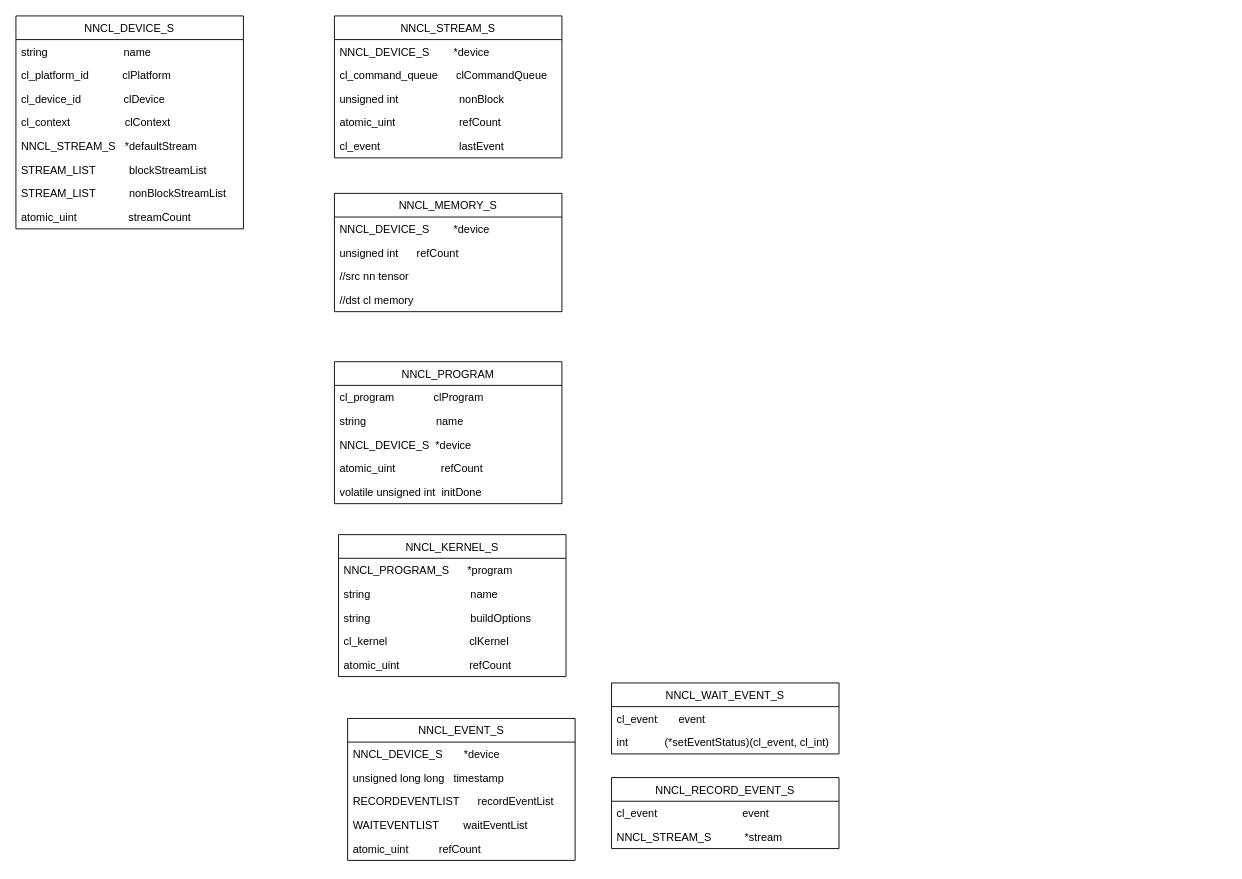
This is streamevent.drawio from sudocloud/draw.io, a draw.io file, before an edit. Source tidied: cells renumbered, new cells numbered last; positions are measured from the earlier drawing's top-left corner, leaving out a move shared by most shapes. Both pictures are drawn from the tidied source at 91%, with x=0, y=0 at pixel (15, 15).
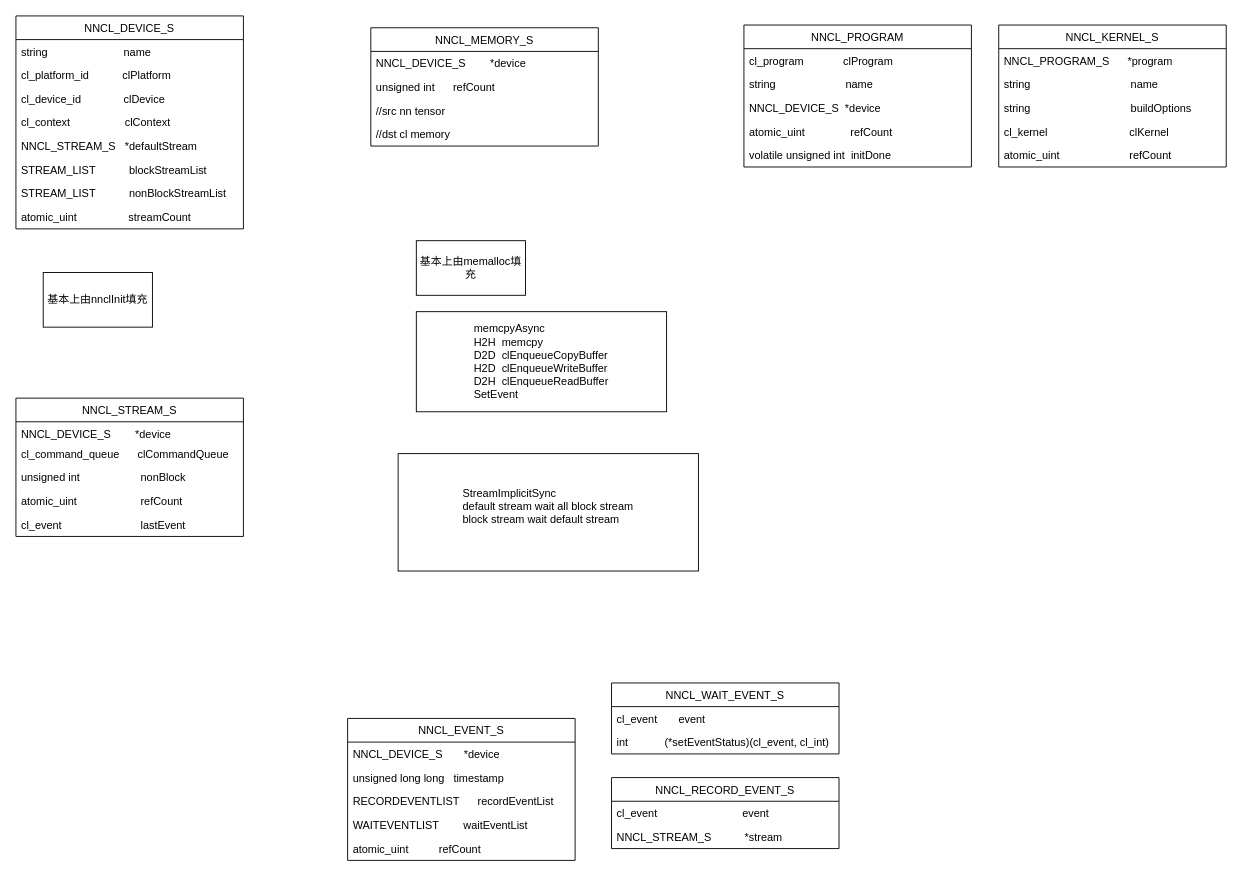
After the change.

Change to the diagram source:
```diff
@@
     <mxCell id="11" value="NNCL_STREAM_S" style="swimlane;fontStyle=0;horizontal=1;startSize=26;fillColor=none;" parent="1" vertex="1">
-      <mxGeometry x="350" width="250" height="156" as="geometry" />
+      <mxGeometry y="420" width="250" height="152" as="geometry" />
     </mxCell>
     <mxCell id="12" value="NNCL_DEVICE_S        *device" style="text;strokeColor=none;fillColor=none;align=left;verticalAlign=top;spacingLeft=4;spacingRight=4;overflow=hidden;" parent="11" vertex="1">
-      <mxGeometry y="26" width="250" height="26" as="geometry" />
+      <mxGeometry y="26" width="250" height="22" as="geometry" />
     </mxCell>
     <mxCell id="13" value="cl_command_queue      clCommandQueue" style="text;strokeColor=none;fillColor=none;align=left;verticalAlign=top;spacingLeft=4;spacingRight=4;overflow=hidden;" parent="11" vertex="1">
-      <mxGeometry y="52" width="250" height="26" as="geometry" />
+      <mxGeometry y="48" width="250" height="26" as="geometry" />
     </mxCell>
     <mxCell id="14" value="unsigned int                    nonBlock" style="text;strokeColor=none;fillColor=none;align=left;verticalAlign=top;spacingLeft=4;spacingRight=4;overflow=hidden;" parent="11" vertex="1">
-      <mxGeometry y="78" width="250" height="26" as="geometry" />
+      <mxGeometry y="74" width="250" height="26" as="geometry" />
     </mxCell>
     <mxCell id="15" value="atomic_uint                     refCount" style="text;strokeColor=none;fillColor=none;align=left;verticalAlign=top;spacingLeft=4;spacingRight=4;overflow=hidden;" parent="11" vertex="1">
-      <mxGeometry y="104" width="250" height="26" as="geometry" />
+      <mxGeometry y="100" width="250" height="26" as="geometry" />
     </mxCell>
     <mxCell id="16" value="cl_event                          lastEvent" style="text;strokeColor=none;fillColor=none;align=left;verticalAlign=top;spacingLeft=4;spacingRight=4;overflow=hidden;" parent="11" vertex="1">
-      <mxGeometry y="130" width="250" height="26" as="geometry" />
+      <mxGeometry y="126" width="250" height="26" as="geometry" />
     </mxCell>
     <mxCell id="17" value="NNCL_MEMORY_S" style="swimlane;fontStyle=0;horizontal=1;startSize=26;fillColor=none;" parent="1" vertex="1">
-      <mxGeometry x="350" y="195" width="250" height="130" as="geometry" />
+      <mxGeometry x="390" y="13" width="250" height="130" as="geometry" />
     </mxCell>
@@
     <mxCell id="22" value="NNCL_PROGRAM" style="swimlane;fontStyle=0;horizontal=1;startSize=26;fillColor=none;" parent="1" vertex="1">
-      <mxGeometry x="350" y="380" width="250" height="156" as="geometry" />
+      <mxGeometry x="800" y="10" width="250" height="156" as="geometry" />
     </mxCell>
@@
     <mxCell id="28" value="NNCL_KERNEL_S" style="swimlane;fontStyle=0;horizontal=1;startSize=26;fillColor=none;" parent="1" vertex="1">
-      <mxGeometry x="354.5" y="570" width="250" height="156" as="geometry" />
+      <mxGeometry x="1080" y="10" width="250" height="156" as="geometry" />
     </mxCell>
@@
+    <mxCell id="46" value="基本上由nnclInit填充" style="rounded=0;whiteSpace=wrap;html=1;" parent="1" vertex="1">
+      <mxGeometry x="30" y="282" width="120" height="60" as="geometry" />
+    </mxCell>
+    <mxCell id="47" value="基本上由memalloc填充" style="rounded=0;whiteSpace=wrap;html=1;" parent="1" vertex="1">
+      <mxGeometry x="440" y="247" width="120" height="60" as="geometry" />
+    </mxCell>
+    <mxCell id="48" value="&lt;div style=&quot;text-align: left&quot;&gt;&lt;span&gt;memcpyAsync&lt;/span&gt;&lt;/div&gt;&lt;div style=&quot;text-align: left&quot;&gt;&lt;span&gt;H2H&amp;nbsp; memcpy&lt;/span&gt;&lt;/div&gt;&lt;div style=&quot;text-align: left&quot;&gt;&lt;span&gt;D2D&amp;nbsp; clEnqueueCopyBuffer&lt;/span&gt;&lt;/div&gt;&lt;div style=&quot;text-align: left&quot;&gt;&lt;span&gt;H2D&amp;nbsp; clEnqueueWriteBuffer&lt;/span&gt;&lt;/div&gt;&lt;div style=&quot;text-align: left&quot;&gt;&lt;span&gt;D2H&amp;nbsp; clEnqueueReadBuffer&lt;/span&gt;&lt;/div&gt;&lt;div style=&quot;text-align: left&quot;&gt;&lt;span&gt;SetEvent&lt;/span&gt;&lt;/div&gt;" style="rounded=0;whiteSpace=wrap;html=1;" parent="1" vertex="1">
+      <mxGeometry x="440" y="325" width="275" height="110" as="geometry" />
+    </mxCell>
+    <mxCell id="49" value="&lt;div style=&quot;text-align: left&quot;&gt;&lt;span&gt;StreamImplicitSync&lt;/span&gt;&lt;/div&gt;&lt;div style=&quot;text-align: left&quot;&gt;&lt;span&gt;default stream wait all block stream&lt;/span&gt;&lt;/div&gt;&lt;div style=&quot;text-align: left&quot;&gt;&lt;span&gt;block stream wait default stream&lt;/span&gt;&lt;/div&gt;&lt;div style=&quot;text-align: left&quot;&gt;&lt;br&gt;&lt;/div&gt;" style="rounded=0;whiteSpace=wrap;html=1;" parent="1" vertex="1">
+      <mxGeometry x="420" y="481" width="330" height="129" as="geometry" />
+    </mxCell>
```
